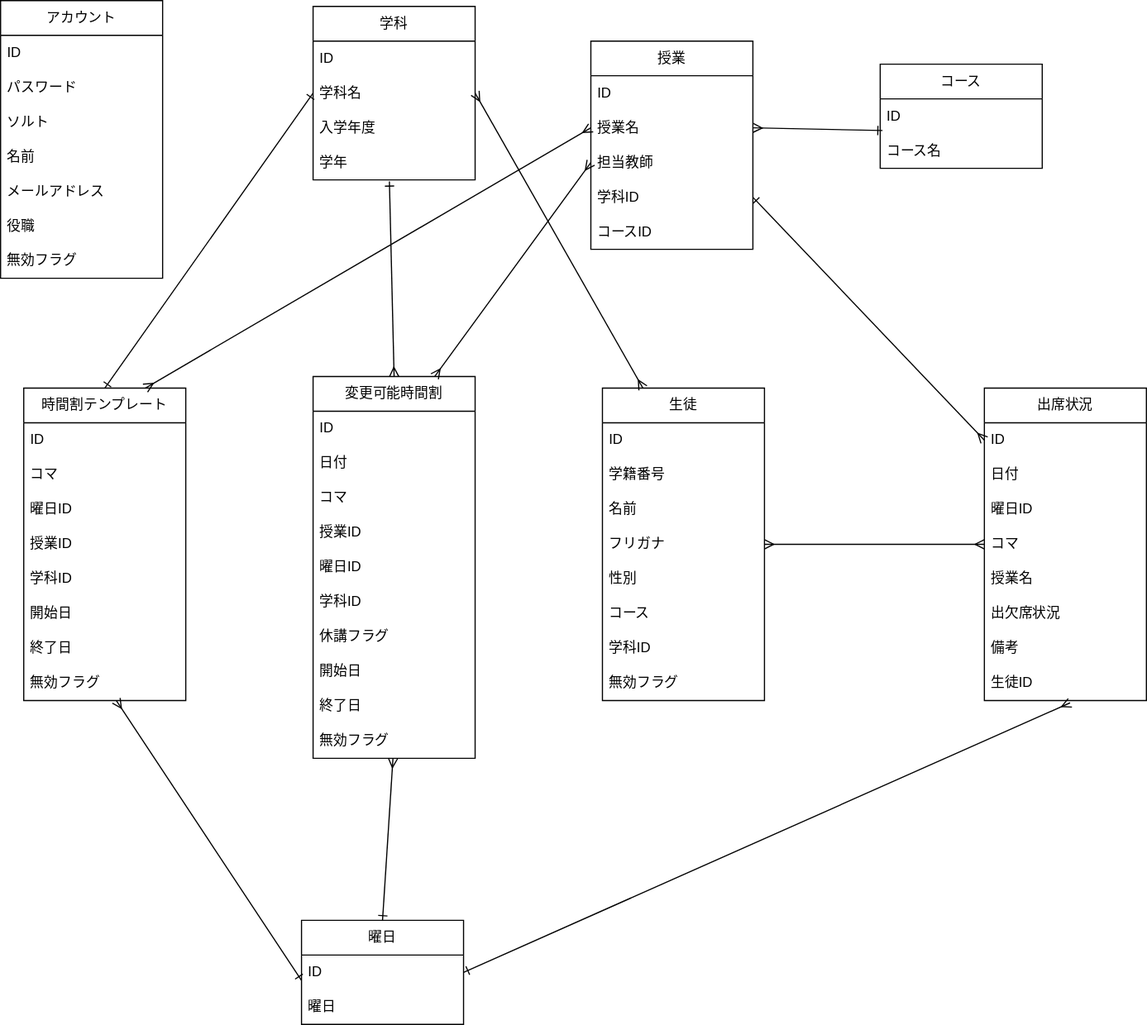
The draw.io diagram データベース.drawio.svg in Raiki215/project_j, before a commit. Source tidied: cells renumbered, new cells last; positions are measured from the earlier drawing's top-left corner, leaving out a move shared by most shapes.
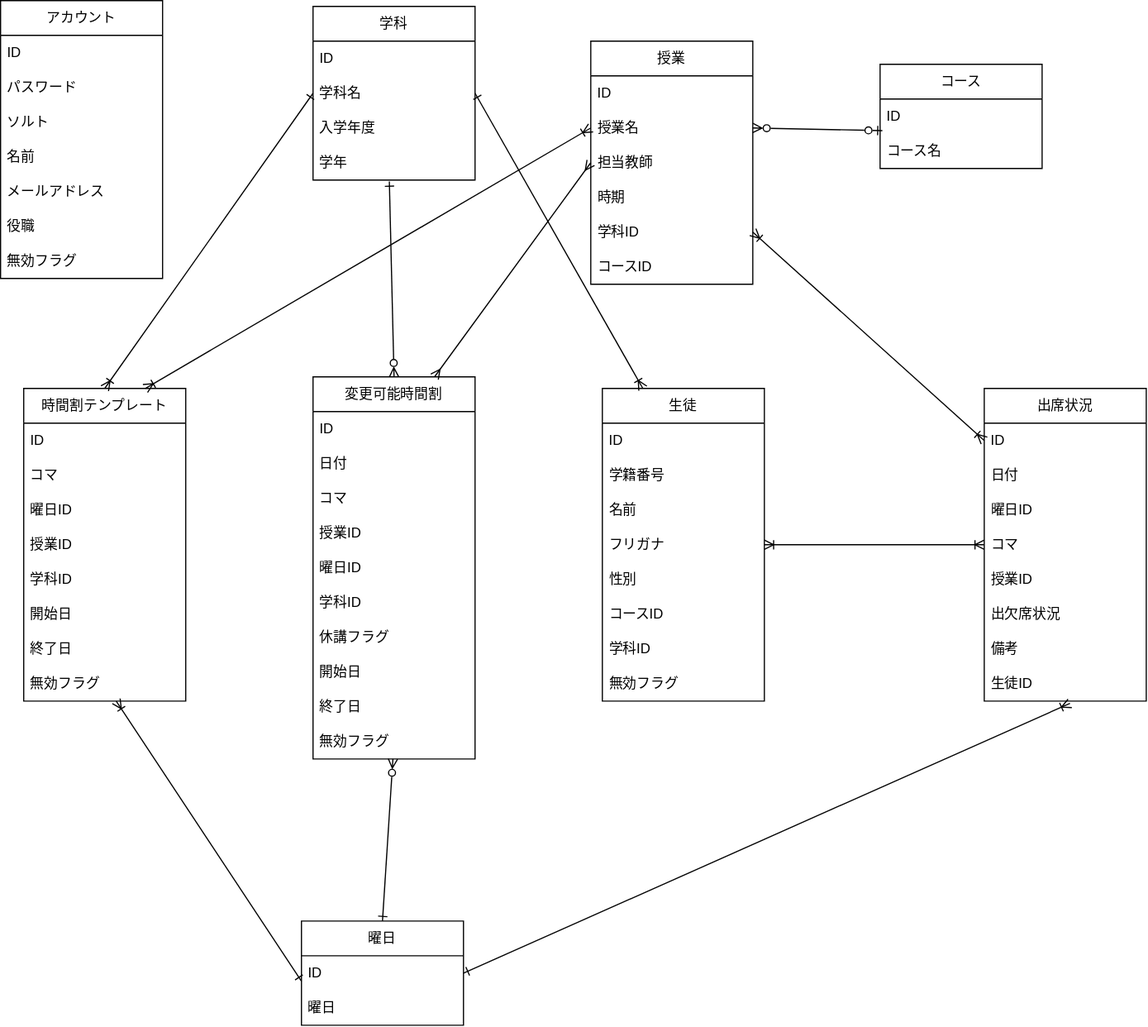
The same file after the commit.

Commit message:
多重度の修正

Change to the diagram source:
```diff
@@ -35,7 +35,7 @@
     <mxCell id="12" value="性別" style="text;strokeColor=none;fillColor=none;align=left;verticalAlign=middle;spacingLeft=4;spacingRight=4;overflow=hidden;whiteSpace=wrap;html=1;" parent="7" vertex="1">
       <mxGeometry y="150" width="140" height="30" as="geometry" />
     </mxCell>
-    <mxCell id="13" value="コース" style="text;strokeColor=none;fillColor=none;align=left;verticalAlign=middle;spacingLeft=4;spacingRight=4;overflow=hidden;whiteSpace=wrap;html=1;" parent="7" vertex="1">
+    <mxCell id="13" value="コースID" style="text;strokeColor=none;fillColor=none;align=left;verticalAlign=middle;spacingLeft=4;spacingRight=4;overflow=hidden;whiteSpace=wrap;html=1;" parent="7" vertex="1">
       <mxGeometry y="180" width="140" height="30" as="geometry" />
     </mxCell>
     <mxCell id="14" value="学科ID" style="text;strokeColor=none;fillColor=none;align=left;verticalAlign=middle;spacingLeft=4;spacingRight=4;overflow=hidden;whiteSpace=wrap;html=1;" parent="7" vertex="1">
@@ -59,7 +59,7 @@
     <mxCell id="20" value="コマ" style="text;strokeColor=none;fillColor=none;align=left;verticalAlign=middle;spacingLeft=4;spacingRight=4;overflow=hidden;points=[[0,0.5],[1,0.5]];portConstraint=eastwest;whiteSpace=wrap;html=1;" parent="16" vertex="1">
       <mxGeometry y="120" width="140" height="30" as="geometry" />
     </mxCell>
-    <mxCell id="21" value="授業名" style="text;strokeColor=none;fillColor=none;align=left;verticalAlign=middle;spacingLeft=4;spacingRight=4;overflow=hidden;whiteSpace=wrap;html=1;" parent="16" vertex="1">
+    <mxCell id="21" value="授業ID" style="text;strokeColor=none;fillColor=none;align=left;verticalAlign=middle;spacingLeft=4;spacingRight=4;overflow=hidden;whiteSpace=wrap;html=1;" parent="16" vertex="1">
       <mxGeometry y="150" width="140" height="30" as="geometry" />
     </mxCell>
     <mxCell id="22" value="出欠席状況" style="text;strokeColor=none;fillColor=none;align=left;verticalAlign=middle;spacingLeft=4;spacingRight=4;overflow=hidden;whiteSpace=wrap;html=1;" parent="16" vertex="1">
@@ -174,7 +174,7 @@
       <mxGeometry y="300" width="140" height="30" as="geometry" />
     </mxCell>
     <mxCell id="59" value="授業" style="swimlane;fontStyle=0;horizontal=1;startSize=30;whiteSpace=wrap;html=1;" parent="1" vertex="1">
-      <mxGeometry x="510" y="35" width="140" height="180" as="geometry" />
+      <mxGeometry x="510" y="35" width="140" height="210" as="geometry" />
     </mxCell>
     <mxCell id="60" value="ID" style="text;strokeColor=none;fillColor=none;align=left;verticalAlign=middle;spacingLeft=4;spacingRight=4;overflow=hidden;whiteSpace=wrap;html=1;" parent="59" vertex="1">
       <mxGeometry y="30" width="140" height="30" as="geometry" />
@@ -185,40 +185,43 @@
     <mxCell id="62" value="担当教師" style="text;strokeColor=none;fillColor=none;align=left;verticalAlign=middle;spacingLeft=4;spacingRight=4;overflow=hidden;points=[[0,0.5],[1,0.5]];portConstraint=eastwest;whiteSpace=wrap;html=1;" parent="59" vertex="1">
       <mxGeometry y="90" width="140" height="30" as="geometry" />
     </mxCell>
+    <mxCell id="76" value="時期" style="text;strokeColor=none;fillColor=none;align=left;verticalAlign=middle;spacingLeft=4;spacingRight=4;overflow=hidden;whiteSpace=wrap;html=1;" parent="59" vertex="1">
+      <mxGeometry y="120" width="140" height="30" as="geometry" />
+    </mxCell>
     <mxCell id="63" value="学科ID" style="text;strokeColor=none;fillColor=none;align=left;verticalAlign=middle;spacingLeft=4;spacingRight=4;overflow=hidden;points=[[0,0.5],[1,0.5]];portConstraint=eastwest;whiteSpace=wrap;html=1;" parent="59" vertex="1">
-      <mxGeometry y="120" width="140" height="30" as="geometry" />
+      <mxGeometry y="150" width="140" height="30" as="geometry" />
     </mxCell>
     <mxCell id="64" value="コースID" style="text;strokeColor=none;fillColor=none;align=left;verticalAlign=middle;spacingLeft=4;spacingRight=4;overflow=hidden;whiteSpace=wrap;html=1;" parent="59" vertex="1">
-      <mxGeometry y="150" width="140" height="30" as="geometry" />
+      <mxGeometry y="180" width="140" height="30" as="geometry" />
     </mxCell>
-    <mxCell id="65" style="endArrow=ERone;startArrow=ERone;html=1;exitX=0.5;exitY=0;exitDx=0;exitDy=0;entryX=0;entryY=0.5;entryDx=0;entryDy=0;startFill=0;endFill=0;" parent="1" edge="1" source="36" target="4">
+    <mxCell id="65" style="endArrow=ERone;startArrow=ERoneToMany;html=1;exitX=0.5;exitY=0;exitDx=0;exitDy=0;entryX=0;entryY=0.5;entryDx=0;entryDy=0;startFill=0;endFill=0;" parent="1" edge="1" source="36" target="4">
       <mxGeometry relative="1" as="geometry" />
     </mxCell>
-    <mxCell id="66" style="endArrow=ERone;startArrow=ERmany;html=1;exitX=0.5;exitY=0;exitDx=0;exitDy=0;entryX=0.471;entryY=1.044;entryDx=0;entryDy=0;startFill=0;endFill=0;entryPerimeter=0;" parent="1" edge="1" source="48" target="6">
+    <mxCell id="66" style="endArrow=ERone;startArrow=ERzeroToMany;html=1;exitX=0.5;exitY=0;exitDx=0;exitDy=0;entryX=0.471;entryY=1.044;entryDx=0;entryDy=0;startFill=0;endFill=0;entryPerimeter=0;" parent="1" edge="1" source="48" target="6">
       <mxGeometry relative="1" as="geometry" />
     </mxCell>
-    <mxCell id="67" style="endArrow=ERmany;startArrow=ERmany;html=1;exitX=0.25;exitY=0;exitDx=0;exitDy=0;entryX=1;entryY=0.5;entryDx=0;entryDy=0;startFill=0;endFill=0;" parent="1" edge="1" source="7" target="4">
+    <mxCell id="67" style="endArrow=ERone;startArrow=ERoneToMany;html=1;exitX=0.25;exitY=0;exitDx=0;exitDy=0;entryX=1;entryY=0.5;entryDx=0;entryDy=0;startFill=0;endFill=0;" parent="1" edge="1" source="7" target="4">
       <mxGeometry relative="1" as="geometry" />
     </mxCell>
-    <mxCell id="68" style="endArrow=ERmany;startArrow=ERmany;html=1;exitX=0;exitY=0.5;exitDx=0;exitDy=0;entryX=1;entryY=0.5;entryDx=0;entryDy=0;startFill=0;endFill=0;" parent="1" edge="1" source="20" target="11">
+    <mxCell id="68" style="endArrow=ERoneToMany;startArrow=ERoneToMany;html=1;exitX=0;exitY=0.5;exitDx=0;exitDy=0;entryX=1;entryY=0.5;entryDx=0;entryDy=0;startFill=0;endFill=0;" parent="1" edge="1" source="20" target="11">
       <mxGeometry relative="1" as="geometry" />
     </mxCell>
-    <mxCell id="69" style="endArrow=ERone;startArrow=ERmany;html=1;exitX=1;exitY=0.5;exitDx=0;exitDy=0;entryX=0.014;entryY=-0.089;entryDx=0;entryDy=0;startFill=0;endFill=0;entryPerimeter=0;" parent="1" edge="1" source="61" target="35">
+    <mxCell id="69" style="endArrow=ERzeroToOne;startArrow=ERzeroToMany;html=1;exitX=1;exitY=0.5;exitDx=0;exitDy=0;entryX=0.014;entryY=-0.089;entryDx=0;entryDy=0;startFill=0;endFill=0;entryPerimeter=0;" parent="1" edge="1" source="61" target="35">
       <mxGeometry relative="1" as="geometry" />
     </mxCell>
-    <mxCell id="70" style="endArrow=ERone;startArrow=ERmany;html=1;exitX=0;exitY=0.5;exitDx=0;exitDy=0;entryX=1;entryY=0.5;entryDx=0;entryDy=0;startFill=0;endFill=0;" parent="1" edge="1" source="17" target="63">
+    <mxCell id="70" style="endArrow=ERoneToMany;startArrow=ERoneToMany;html=1;exitX=0;exitY=0.5;exitDx=0;exitDy=0;entryX=1;entryY=0.5;entryDx=0;entryDy=0;startFill=0;endFill=0;" parent="1" edge="1" source="17" target="63">
       <mxGeometry relative="1" as="geometry" />
     </mxCell>
-    <mxCell id="71" style="endArrow=ERone;startArrow=ERmany;html=1;entryX=0;entryY=-0.267;entryDx=0;entryDy=0;startFill=0;endFill=0;entryPerimeter=0;" parent="1" edge="1" source="44" target="47">
+    <mxCell id="71" style="endArrow=ERone;startArrow=ERoneToMany;html=1;entryX=0;entryY=-0.267;entryDx=0;entryDy=0;startFill=0;endFill=0;entryPerimeter=0;" parent="1" edge="1" source="44" target="47">
       <mxGeometry relative="1" as="geometry" />
     </mxCell>
-    <mxCell id="72" style="endArrow=ERone;startArrow=ERmany;html=1;entryX=0.5;entryY=0;entryDx=0;entryDy=0;startFill=0;endFill=0;" parent="1" edge="1" source="58" target="45">
+    <mxCell id="72" style="endArrow=ERone;startArrow=ERzeroToMany;html=1;entryX=0.5;entryY=0;entryDx=0;entryDy=0;startFill=0;endFill=0;" parent="1" edge="1" source="58" target="45">
       <mxGeometry relative="1" as="geometry" />
     </mxCell>
-    <mxCell id="73" style="endArrow=ERone;startArrow=ERmany;html=1;entryX=1;entryY=0.5;entryDx=0;entryDy=0;startFill=0;endFill=0;exitX=0.529;exitY=1.067;exitDx=0;exitDy=0;exitPerimeter=0;" parent="1" edge="1" source="24" target="46">
+    <mxCell id="73" style="endArrow=ERone;startArrow=ERoneToMany;html=1;entryX=1;entryY=0.5;entryDx=0;entryDy=0;startFill=0;endFill=0;exitX=0.529;exitY=1.067;exitDx=0;exitDy=0;exitPerimeter=0;" parent="1" edge="1" source="24" target="46">
       <mxGeometry relative="1" as="geometry" />
     </mxCell>
-    <mxCell id="74" style="endArrow=ERmany;startArrow=ERmany;html=1;exitX=0.75;exitY=0;exitDx=0;exitDy=0;entryX=0;entryY=0.5;entryDx=0;entryDy=0;startFill=0;endFill=0;" parent="1" edge="1" source="36" target="61">
+    <mxCell id="74" style="endArrow=ERoneToMany;startArrow=ERoneToMany;html=1;exitX=0.75;exitY=0;exitDx=0;exitDy=0;entryX=0;entryY=0.5;entryDx=0;entryDy=0;startFill=0;endFill=0;" parent="1" edge="1" source="36" target="61">
       <mxGeometry relative="1" as="geometry" />
     </mxCell>
     <mxCell id="75" style="endArrow=ERmany;startArrow=ERmany;html=1;exitX=0.75;exitY=0;exitDx=0;exitDy=0;entryX=0;entryY=0.5;entryDx=0;entryDy=0;startFill=0;endFill=0;" parent="1" edge="1" source="48" target="62">
```
